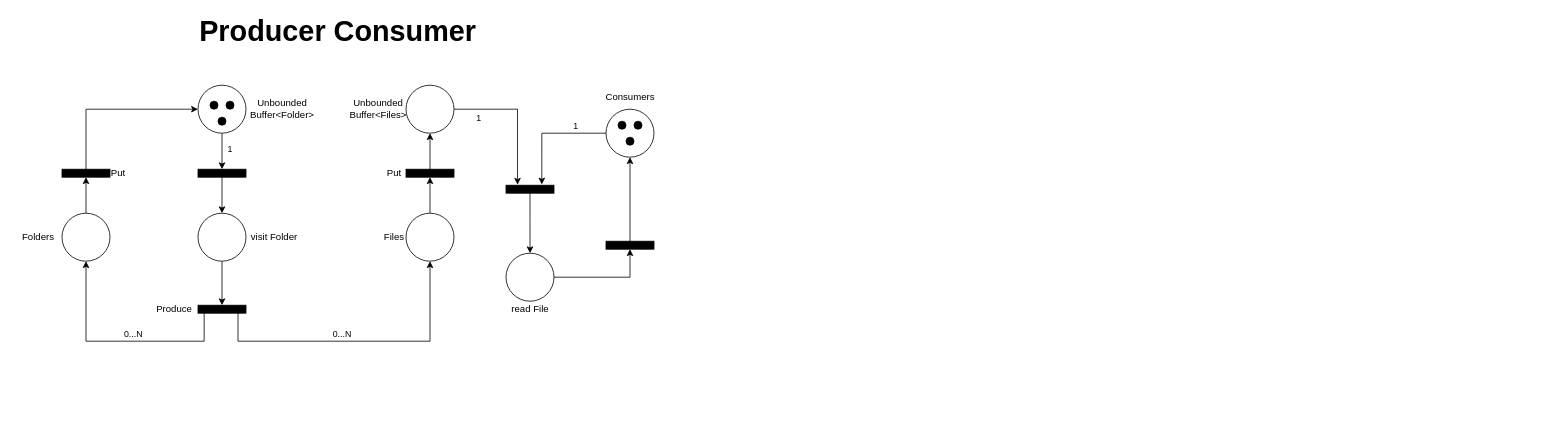
manuandru/pcd-assignment-01 keeps this draw.io diagram as report/pcd-schemas.drawio. Above is the earlier version. Source tidied: cells renumbered, new cells numbered last; positions are measured from the earlier drawing's top-left corner, leaving out a move shared by most shapes. Both pictures are drawn from the tidied source at 80%, with x=0, y=0 at pixel (14, 18).
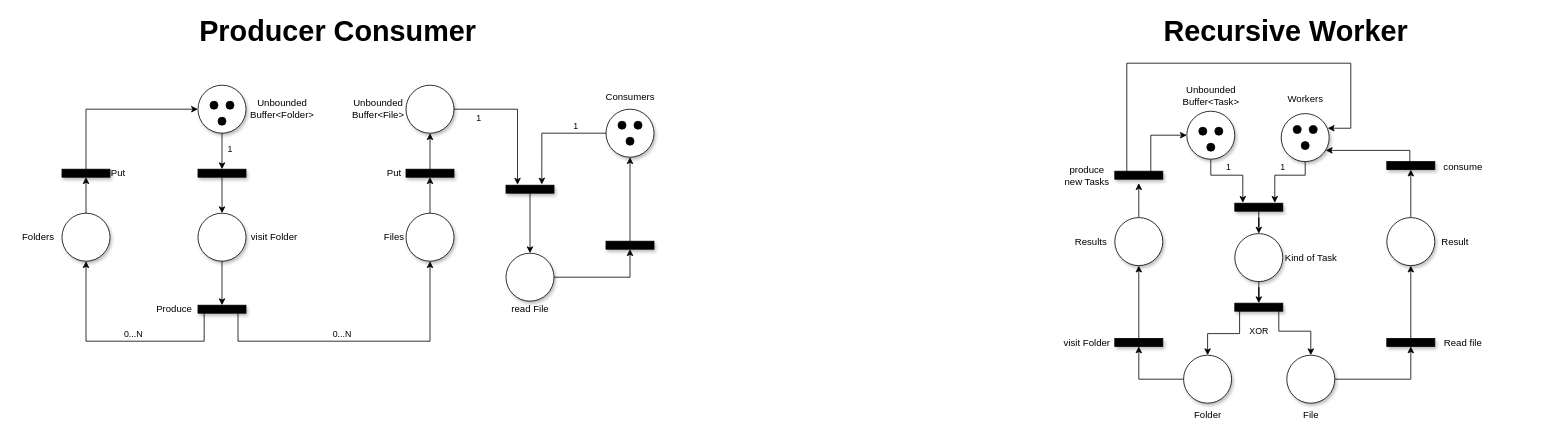
After the change.

Diff of the diagram source:
```diff
@@
-    <mxCell id="6" style="html=1;points=[];perimeter=orthogonalPerimeter;fillColor=#000000;rotation=90;" parent="1" vertex="1">
+    <mxCell id="6" style="html=1;points=[];perimeter=orthogonalPerimeter;fillColor=#000000;rotation=90;shadow=1;" parent="1" vertex="1">
       <mxGeometry x="255" y="333" width="10" height="60" as="geometry" />
     </mxCell>
@@
-    <mxCell id="8" style="ellipse;whiteSpace=wrap;html=1;strokeColor=#000000;fillColor=#FFFFFF;" parent="1" vertex="1">
+    <mxCell id="8" style="ellipse;whiteSpace=wrap;html=1;strokeColor=#000000;fillColor=#FFFFFF;shadow=1;" parent="1" vertex="1">
       <mxGeometry x="230" y="243" width="60" height="60" as="geometry" />
     </mxCell>
@@
-    <mxCell id="10" style="ellipse;whiteSpace=wrap;html=1;strokeColor=#000000;fillColor=#FFFFFF;" parent="1" vertex="1">
+    <mxCell id="10" style="ellipse;whiteSpace=wrap;html=1;strokeColor=#000000;fillColor=#FFFFFF;shadow=1;" parent="1" vertex="1">
       <mxGeometry x="60" y="243" width="60" height="60" as="geometry" />
     </mxCell>
@@
-    <mxCell id="13" style="ellipse;whiteSpace=wrap;html=1;strokeColor=#000000;fillColor=#FFFFFF;" parent="1" vertex="1">
+    <mxCell id="13" style="ellipse;whiteSpace=wrap;html=1;strokeColor=#000000;fillColor=#FFFFFF;shadow=1;" parent="1" vertex="1">
       <mxGeometry x="230" y="83" width="60" height="60" as="geometry" />
     </mxCell>
@@
-    <mxCell id="15" style="html=1;points=[];perimeter=orthogonalPerimeter;fillColor=#000000;rotation=90;" parent="1" vertex="1">
+    <mxCell id="15" style="html=1;points=[];perimeter=orthogonalPerimeter;fillColor=#000000;rotation=90;shadow=1;" parent="1" vertex="1">
       <mxGeometry x="255" y="163" width="10" height="60" as="geometry" />
     </mxCell>
@@
-    <mxCell id="18" style="ellipse;whiteSpace=wrap;html=1;strokeColor=#000000;fillColor=#FFFFFF;" parent="1" vertex="1">
+    <mxCell id="18" style="ellipse;whiteSpace=wrap;html=1;strokeColor=#000000;fillColor=#FFFFFF;shadow=1;" parent="1" vertex="1">
       <mxGeometry x="490" y="83" width="60" height="60" as="geometry" />
     </mxCell>
-    <mxCell id="19" value="Unbounded&lt;br&gt;Buffer&amp;lt;Files&amp;gt;" style="text;html=1;align=center;verticalAlign=middle;strokeColor=none;fillColor=none;" parent="1" vertex="1">
+    <mxCell id="19" value="Unbounded&lt;br&gt;Buffer&amp;lt;File&amp;gt;" style="text;html=1;align=center;verticalAlign=middle;strokeColor=none;fillColor=none;" parent="1" vertex="1">
       <mxGeometry x="410" y="93" width="90" height="40" as="geometry" />
     </mxCell>
@@
-    <mxCell id="24" style="html=1;points=[];perimeter=orthogonalPerimeter;fillColor=#000000;rotation=90;" parent="1" vertex="1">
+    <mxCell id="24" style="html=1;points=[];perimeter=orthogonalPerimeter;fillColor=#000000;rotation=90;shadow=1;" parent="1" vertex="1">
       <mxGeometry x="85" y="163" width="10" height="60" as="geometry" />
     </mxCell>
@@
-    <mxCell id="30" style="ellipse;whiteSpace=wrap;html=1;strokeColor=#000000;fillColor=#FFFFFF;" parent="1" vertex="1">
+    <mxCell id="30" style="ellipse;whiteSpace=wrap;html=1;strokeColor=#000000;fillColor=#FFFFFF;shadow=1;" parent="1" vertex="1">
       <mxGeometry x="490" y="243" width="60" height="60" as="geometry" />
     </mxCell>
@@
-    <mxCell id="33" style="html=1;points=[];perimeter=orthogonalPerimeter;fillColor=#000000;rotation=90;" parent="1" vertex="1">
+    <mxCell id="33" style="html=1;points=[];perimeter=orthogonalPerimeter;fillColor=#000000;rotation=90;shadow=1;" parent="1" vertex="1">
       <mxGeometry x="515" y="163" width="10" height="60" as="geometry" />
     </mxCell>
@@
-    <mxCell id="37" style="ellipse;whiteSpace=wrap;html=1;strokeColor=#000000;fillColor=#FFFFFF;" parent="1" vertex="1">
+    <mxCell id="37" style="ellipse;whiteSpace=wrap;html=1;strokeColor=#000000;fillColor=#FFFFFF;shadow=1;" parent="1" vertex="1">
       <mxGeometry x="740" y="113" width="60" height="60" as="geometry" />
     </mxCell>
@@
-    <mxCell id="39" style="html=1;points=[];perimeter=orthogonalPerimeter;fillColor=#000000;rotation=90;" parent="1" vertex="1">
+    <mxCell id="39" style="html=1;points=[];perimeter=orthogonalPerimeter;fillColor=#000000;rotation=90;shadow=1;" parent="1" vertex="1">
       <mxGeometry x="640" y="183" width="10" height="60" as="geometry" />
     </mxCell>
@@
-    <mxCell id="45" style="ellipse;whiteSpace=wrap;html=1;strokeColor=#000000;fillColor=#FFFFFF;" parent="1" vertex="1">
+    <mxCell id="45" style="ellipse;whiteSpace=wrap;html=1;strokeColor=#000000;fillColor=#FFFFFF;shadow=1;" parent="1" vertex="1">
       <mxGeometry x="615" y="293" width="60" height="60" as="geometry" />
     </mxCell>
@@
-    <mxCell id="47" style="html=1;points=[];perimeter=orthogonalPerimeter;fillColor=#000000;rotation=90;" parent="1" vertex="1">
+    <mxCell id="47" style="html=1;points=[];perimeter=orthogonalPerimeter;fillColor=#000000;rotation=90;shadow=1;" parent="1" vertex="1">
       <mxGeometry x="765" y="253" width="10" height="60" as="geometry" />
     </mxCell>
@@
+    <mxCell id="50" value="1" style="edgeStyle=orthogonalEdgeStyle;rounded=0;jettySize=auto;html=1;entryX=-0.046;entryY=0.833;entryDx=0;entryDy=0;entryPerimeter=0;" parent="1" edge="1" source="51" target="53">
+      <mxGeometry x="-0.11" y="10" relative="1" as="geometry">
+        <Array as="points">
+          <mxPoint x="1496" y="195.5" />
+          <mxPoint x="1536" y="195.5" />
+        </Array>
+      </mxGeometry>
+    </mxCell>
+    <mxCell id="51" style="ellipse;whiteSpace=wrap;html=1;strokeColor=#000000;fillColor=#FFFFFF;shadow=1;" parent="1" vertex="1">
+      <mxGeometry x="1466" y="115.5" width="60" height="60" as="geometry" />
+    </mxCell>
+    <mxCell id="52" style="edgeStyle=orthogonalEdgeStyle;rounded=0;jettySize=auto;html=1;fontSize=11;" parent="1" edge="1" source="53" target="65">
+      <mxGeometry relative="1" as="geometry" />
+    </mxCell>
+    <mxCell id="53" style="html=1;points=[];perimeter=orthogonalPerimeter;fillColor=#000000;rotation=90;shadow=1;" parent="1" vertex="1">
+      <mxGeometry x="1551" y="205.5" width="10" height="60" as="geometry" />
+    </mxCell>
+    <mxCell id="54" value="Unbounded&lt;br&gt;Buffer&amp;lt;Task&amp;gt;" style="text;html=1;align=center;verticalAlign=middle;strokeColor=none;fillColor=none;" parent="1" vertex="1">
+      <mxGeometry x="1451" y="75.5" width="90" height="40" as="geometry" />
+    </mxCell>
+    <mxCell id="55" style="ellipse;whiteSpace=wrap;html=1;strokeColor=#000000;fillColor=#000000;" parent="1" vertex="1">
+      <mxGeometry x="1481" y="135.5" width="10" height="10" as="geometry" />
+    </mxCell>
+    <mxCell id="56" style="ellipse;whiteSpace=wrap;html=1;strokeColor=#000000;fillColor=#000000;" parent="1" vertex="1">
+      <mxGeometry x="1501" y="135.5" width="10" height="10" as="geometry" />
+    </mxCell>
+    <mxCell id="57" style="ellipse;whiteSpace=wrap;html=1;strokeColor=#000000;fillColor=#000000;" parent="1" vertex="1">
+      <mxGeometry x="1491" y="155.5" width="10" height="10" as="geometry" />
+    </mxCell>
+    <mxCell id="58" style="edgeStyle=orthogonalEdgeStyle;rounded=0;jettySize=auto;html=1;entryX=-0.046;entryY=0.167;entryDx=0;entryDy=0;entryPerimeter=0;fontSize=36;exitX=0.5;exitY=1;exitDx=0;exitDy=0;" parent="1" edge="1" source="60" target="53">
+      <mxGeometry relative="1" as="geometry">
+        <Array as="points">
+          <mxPoint x="1614" y="195.5" />
+          <mxPoint x="1576" y="195.5" />
+        </Array>
+      </mxGeometry>
+    </mxCell>
+    <mxCell id="59" value="1" style="edgeLabel;html=1;align=center;verticalAlign=middle;fontSize=11;" parent="58" vertex="1">
+      <mxGeometry x="-0.09" y="-1" relative="1" as="geometry">
+        <mxPoint x="-5" y="-9" as="offset" />
+      </mxGeometry>
+    </mxCell>
+    <mxCell id="60" style="ellipse;whiteSpace=wrap;html=1;strokeColor=#000000;fillColor=#FFFFFF;shadow=1;" parent="1" vertex="1">
+      <mxGeometry x="1584" y="118.5" width="60" height="60" as="geometry" />
+    </mxCell>
+    <mxCell id="61" style="ellipse;whiteSpace=wrap;html=1;strokeColor=#000000;fillColor=#000000;" parent="1" vertex="1">
+      <mxGeometry x="1599" y="133.5" width="10" height="10" as="geometry" />
+    </mxCell>
+    <mxCell id="62" style="ellipse;whiteSpace=wrap;html=1;strokeColor=#000000;fillColor=#000000;" parent="1" vertex="1">
+      <mxGeometry x="1619" y="133.5" width="10" height="10" as="geometry" />
+    </mxCell>
+    <mxCell id="63" style="ellipse;whiteSpace=wrap;html=1;strokeColor=#000000;fillColor=#000000;" parent="1" vertex="1">
+      <mxGeometry x="1609" y="153.5" width="10" height="10" as="geometry" />
+    </mxCell>
+    <mxCell id="64" style="edgeStyle=orthogonalEdgeStyle;rounded=0;jettySize=auto;html=1;fontSize=11;" parent="1" edge="1" source="65" target="70">
+      <mxGeometry relative="1" as="geometry" />
+    </mxCell>
+    <mxCell id="65" style="ellipse;whiteSpace=wrap;html=1;strokeColor=#000000;fillColor=#FFFFFF;shadow=1;" parent="1" vertex="1">
+      <mxGeometry x="1526" y="268.5" width="60" height="60" as="geometry" />
+    </mxCell>
+    <mxCell id="66" value="Workers" style="text;html=1;align=center;verticalAlign=middle;strokeColor=none;fillColor=none;" parent="1" vertex="1">
+      <mxGeometry x="1579" y="85.5" width="70" height="30" as="geometry" />
+    </mxCell>
+    <mxCell id="67" value="Kind of Task" style="text;html=1;align=center;verticalAlign=middle;strokeColor=none;fillColor=none;" parent="1" vertex="1">
+      <mxGeometry x="1576" y="283.5" width="90" height="30" as="geometry" />
+    </mxCell>
+    <mxCell id="68" style="edgeStyle=orthogonalEdgeStyle;rounded=0;jettySize=auto;html=1;entryX=0;entryY=0.5;entryDx=0;entryDy=0;fontSize=11;" parent="1" edge="1" source="70" target="74">
+      <mxGeometry relative="1" as="geometry">
+        <Array as="points">
+          <mxPoint x="1581" y="360.5" />
+          <mxPoint x="1581" y="390.5" />
+          <mxPoint x="1621" y="390.5" />
+        </Array>
+      </mxGeometry>
+    </mxCell>
+    <mxCell id="69" style="edgeStyle=orthogonalEdgeStyle;rounded=0;jettySize=auto;html=1;fontSize=11;" parent="1" edge="1" target="72">
+      <mxGeometry relative="1" as="geometry">
+        <mxPoint x="1527" y="360.5" as="sourcePoint" />
+        <Array as="points">
+          <mxPoint x="1532" y="360.5" />
+          <mxPoint x="1532" y="393.5" />
+          <mxPoint x="1492" y="393.5" />
+        </Array>
+      </mxGeometry>
+    </mxCell>
+    <mxCell id="70" style="html=1;points=[];perimeter=orthogonalPerimeter;fillColor=#000000;rotation=90;shadow=1;" parent="1" vertex="1">
+      <mxGeometry x="1551" y="330.5" width="10" height="60" as="geometry" />
+    </mxCell>
+    <mxCell id="71" style="edgeStyle=orthogonalEdgeStyle;rounded=0;jettySize=auto;html=1;fontSize=11;" parent="1" edge="1" source="72" target="88">
+      <mxGeometry relative="1" as="geometry" />
+    </mxCell>
+    <mxCell id="72" style="ellipse;whiteSpace=wrap;html=1;strokeColor=#000000;fillColor=#FFFFFF;shadow=1;" parent="1" vertex="1">
+      <mxGeometry x="1462" y="420.5" width="60" height="60" as="geometry" />
+    </mxCell>
+    <mxCell id="73" style="edgeStyle=orthogonalEdgeStyle;rounded=0;jettySize=auto;html=1;fontSize=11;" parent="1" edge="1" source="74" target="79">
+      <mxGeometry relative="1" as="geometry" />
+    </mxCell>
+    <mxCell id="74" style="ellipse;whiteSpace=wrap;html=1;strokeColor=#000000;fillColor=#FFFFFF;direction=south;shadow=1;" parent="1" vertex="1">
+      <mxGeometry x="1591" y="420.5" width="60" height="60" as="geometry" />
+    </mxCell>
+    <mxCell id="75" value="XOR" style="text;html=1;align=center;verticalAlign=middle;strokeColor=none;fillColor=none;fontSize=11;" parent="1" vertex="1">
+      <mxGeometry x="1531" y="374.5" width="50" height="30" as="geometry" />
+    </mxCell>
+    <mxCell id="76" value="File" style="text;html=1;align=center;verticalAlign=middle;strokeColor=none;fillColor=none;" parent="1" vertex="1">
+      <mxGeometry x="1601" y="480.5" width="40" height="30" as="geometry" />
+    </mxCell>
+    <mxCell id="77" value="Folder" style="text;html=1;align=center;verticalAlign=middle;strokeColor=none;fillColor=none;" parent="1" vertex="1">
+      <mxGeometry x="1462" y="480.5" width="60" height="30" as="geometry" />
+    </mxCell>
+    <mxCell id="78" style="edgeStyle=orthogonalEdgeStyle;rounded=0;jettySize=auto;html=1;fontSize=11;" parent="1" edge="1" source="79" target="81">
+      <mxGeometry relative="1" as="geometry" />
+    </mxCell>
+    <mxCell id="79" style="html=1;points=[];perimeter=orthogonalPerimeter;fillColor=#000000;rotation=90;shadow=1;" parent="1" vertex="1">
+      <mxGeometry x="1741" y="374.5" width="10" height="60" as="geometry" />
+    </mxCell>
+    <mxCell id="80" style="edgeStyle=orthogonalEdgeStyle;rounded=0;jettySize=auto;html=1;fontSize=11;" parent="1" edge="1" source="81" target="85">
+      <mxGeometry relative="1" as="geometry" />
+    </mxCell>
+    <mxCell id="81" style="ellipse;whiteSpace=wrap;html=1;strokeColor=#000000;fillColor=#FFFFFF;shadow=1;" parent="1" vertex="1">
+      <mxGeometry x="1716" y="248.5" width="60" height="60" as="geometry" />
+    </mxCell>
+    <mxCell id="82" value="Read file" style="text;html=1;align=center;verticalAlign=middle;strokeColor=none;fillColor=none;" parent="1" vertex="1">
+      <mxGeometry x="1776" y="389.5" width="70" height="30" as="geometry" />
+    </mxCell>
+    <mxCell id="83" value="Result" style="text;html=1;align=center;verticalAlign=middle;strokeColor=none;fillColor=none;" parent="1" vertex="1">
+      <mxGeometry x="1771" y="263.5" width="60" height="30" as="geometry" />
+    </mxCell>
+    <mxCell id="84" style="edgeStyle=orthogonalEdgeStyle;rounded=0;jettySize=auto;html=1;entryX=0.928;entryY=0.764;entryDx=0;entryDy=0;entryPerimeter=0;fontSize=11;exitX=-0.04;exitY=0.52;exitDx=0;exitDy=0;exitPerimeter=0;" parent="1" edge="1" source="85" target="60">
+      <mxGeometry relative="1" as="geometry">
+        <Array as="points">
+          <mxPoint x="1745" y="164.5" />
+          <mxPoint x="1651" y="164.5" />
+        </Array>
+      </mxGeometry>
+    </mxCell>
+    <mxCell id="85" style="html=1;points=[];perimeter=orthogonalPerimeter;fillColor=#000000;rotation=90;shadow=1;" parent="1" vertex="1">
+      <mxGeometry x="1741" y="153.5" width="10" height="60" as="geometry" />
+    </mxCell>
+    <mxCell id="86" value="consume" style="text;html=1;align=center;verticalAlign=middle;strokeColor=none;fillColor=none;" parent="1" vertex="1">
+      <mxGeometry x="1776" y="170.5" width="70" height="30" as="geometry" />
+    </mxCell>
+    <mxCell id="87" style="edgeStyle=orthogonalEdgeStyle;rounded=0;jettySize=auto;html=1;fontSize=11;" parent="1" edge="1" source="88" target="91">
+      <mxGeometry relative="1" as="geometry" />
+    </mxCell>
+    <mxCell id="88" style="html=1;points=[];perimeter=orthogonalPerimeter;fillColor=#000000;rotation=90;shadow=1;" parent="1" vertex="1">
+      <mxGeometry x="1401" y="374.5" width="10" height="60" as="geometry" />
+    </mxCell>
+    <mxCell id="89" value="visit Folder" style="text;html=1;align=center;verticalAlign=middle;strokeColor=none;fillColor=none;" parent="1" vertex="1">
+      <mxGeometry x="1301" y="389.5" width="80" height="30" as="geometry" />
+    </mxCell>
+    <mxCell id="90" style="edgeStyle=orthogonalEdgeStyle;rounded=0;jettySize=auto;html=1;fontSize=11;" parent="1" edge="1" source="91">
+      <mxGeometry relative="1" as="geometry">
+        <mxPoint x="1406" y="205.5" as="targetPoint" />
+      </mxGeometry>
+    </mxCell>
+    <mxCell id="91" style="ellipse;whiteSpace=wrap;html=1;strokeColor=#000000;fillColor=#FFFFFF;shadow=1;" parent="1" vertex="1">
+      <mxGeometry x="1376" y="248.5" width="60" height="60" as="geometry" />
+    </mxCell>
+    <mxCell id="92" value="Results" style="text;html=1;align=center;verticalAlign=middle;strokeColor=none;fillColor=none;" parent="1" vertex="1">
+      <mxGeometry x="1316" y="263.5" width="60" height="30" as="geometry" />
+    </mxCell>
+    <mxCell id="93" style="edgeStyle=orthogonalEdgeStyle;rounded=0;jettySize=auto;html=1;entryX=0;entryY=0.5;entryDx=0;entryDy=0;fontSize=11;" parent="1" edge="1" source="95" target="51">
+      <mxGeometry relative="1" as="geometry">
+        <Array as="points">
+          <mxPoint x="1421" y="145.5" />
+        </Array>
+      </mxGeometry>
+    </mxCell>
+    <mxCell id="94" style="edgeStyle=orthogonalEdgeStyle;rounded=0;jettySize=auto;html=1;entryX=0.969;entryY=0.305;entryDx=0;entryDy=0;fontSize=11;entryPerimeter=0;" parent="1" edge="1" source="95" target="60">
+      <mxGeometry relative="1" as="geometry">
+        <Array as="points">
+          <mxPoint x="1391" y="195.5" />
+          <mxPoint x="1391" y="55.5" />
+          <mxPoint x="1671" y="55.5" />
+          <mxPoint x="1671" y="136.5" />
+        </Array>
+      </mxGeometry>
+    </mxCell>
+    <mxCell id="95" style="html=1;points=[];perimeter=orthogonalPerimeter;fillColor=#000000;rotation=90;shadow=1;" parent="1" vertex="1">
+      <mxGeometry x="1401" y="165.5" width="10" height="60" as="geometry" />
+    </mxCell>
+    <mxCell id="96" value="produce&lt;br&gt;new Tasks" style="text;html=1;align=center;verticalAlign=middle;strokeColor=none;fillColor=none;" parent="1" vertex="1">
+      <mxGeometry x="1301" y="175.5" width="80" height="40" as="geometry" />
+    </mxCell>
+    <mxCell id="97" value="&lt;font style=&quot;font-size: 36px;&quot;&gt;&lt;b&gt;Recursive Worker&lt;br&gt;&lt;/b&gt;&lt;/font&gt;" style="text;html=1;strokeColor=none;fillColor=none;align=center;verticalAlign=middle;whiteSpace=wrap;rounded=0;" parent="1" vertex="1">
+      <mxGeometry x="1265" width="650" height="30" as="geometry" />
+    </mxCell>
```
